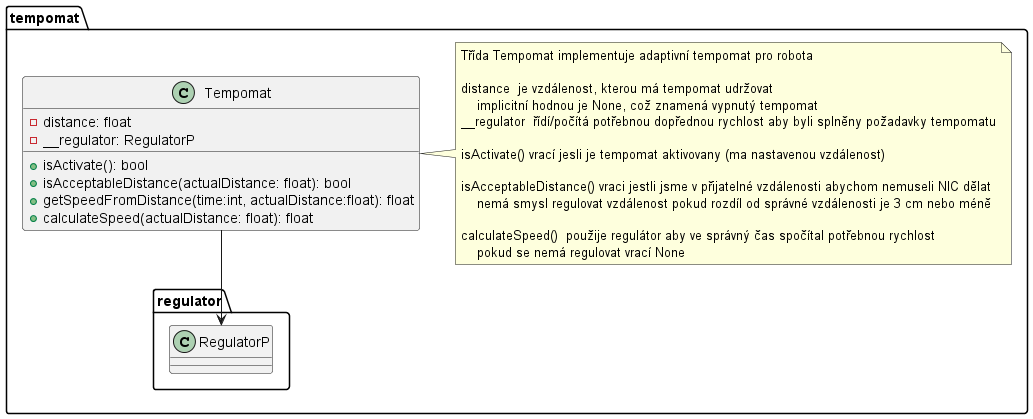
This is doc/tempomat.png from JanChaloupek/robot-programming2, a PlantUML export, as it was before one commit.
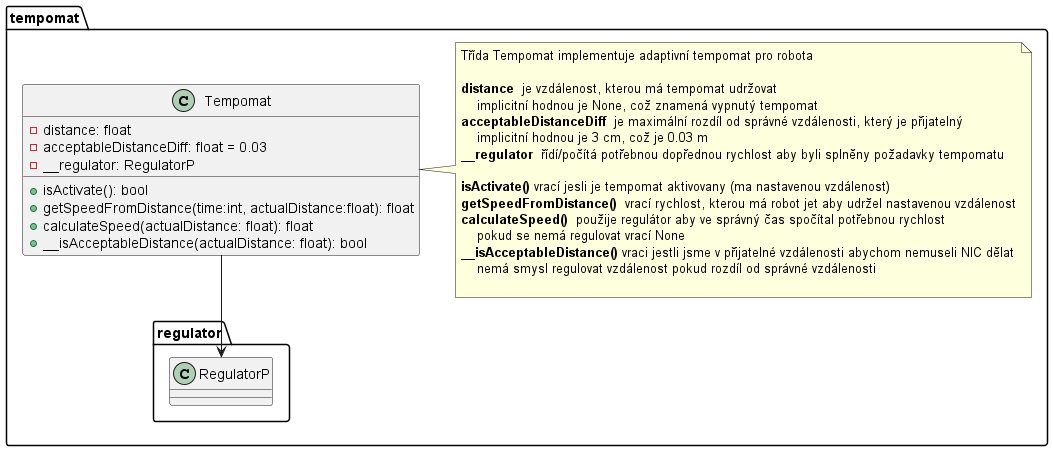
Above is the later version.

Change to the diagram source:
```diff
@@ -4,27 +4,30 @@
 
     class  Tempomat {
         - distance: float
+        - acceptableDistanceDiff: float = 0.03
         - __regulator: RegulatorP
         + isActivate(): bool
-        + isAcceptableDistance(actualDistance: float): bool
         + getSpeedFromDistance(time:int, actualDistance:float): float
         + calculateSpeed(actualDistance: float): float
+        + __isAcceptableDistance(actualDistance: float): bool
     }
 
     note right of Tempomat
         Třída Tempomat implementuje adaptivní tempomat pro robota
 
-        distance  je vzdálenost, kterou má tempomat udržovat
+        <b>distance</b>  je vzdálenost, kterou má tempomat udržovat
             implicitní hodnou je None, což znamená vypnutý tempomat
-        __regulator  řídí/počítá potřebnou dopřednou rychlost aby byli splněny požadavky tempomatu
+        <b>acceptableDistanceDiff</b>  je maximální rozdíl od správné vzdálenosti, který je přijatelný
+            implicitní hodnou je 3 cm, což je 0.03 m
+        <b>__regulator</b>  řídí/počítá potřebnou dopřednou rychlost aby byli splněny požadavky tempomatu
 
-        isActivate() vrací jesli je tempomat aktivovany (ma nastavenou vzdálenost)
+        <b>isActivate()</b> vrací jesli je tempomat aktivovany (ma nastavenou vzdálenost)
+        <b>getSpeedFromDistance()</b>  vrací rychlost, kterou má robot jet aby udržel nastavenou vzdálenost
+        <b>calculateSpeed()</b>  použije regulátor aby ve správný čas spočítal potřebnou rychlost
+            pokud se nemá regulovat vrací None
+        <b>__isAcceptableDistance()</b> vraci jestli jsme v přijatelné vzdálenosti abychom nemuseli NIC dělat
+            nemá smysl regulovat vzdálenost pokud rozdíl od správné vzdálenosti
 
-        isAcceptableDistance() vraci jestli jsme v přijatelné vzdálenosti abychom nemuseli NIC dělat
-            nemá smysl regulovat vzdálenost pokud rozdíl od správné vzdálenosti je 3 cm nebo méně
-
-        calculateSpeed()  použije regulátor aby ve správný čas spočítal potřebnou rychlost
-            pokud se nemá regulovat vrací None
     end note
 
     Tempomat -down-> regulator.RegulatorP
```
